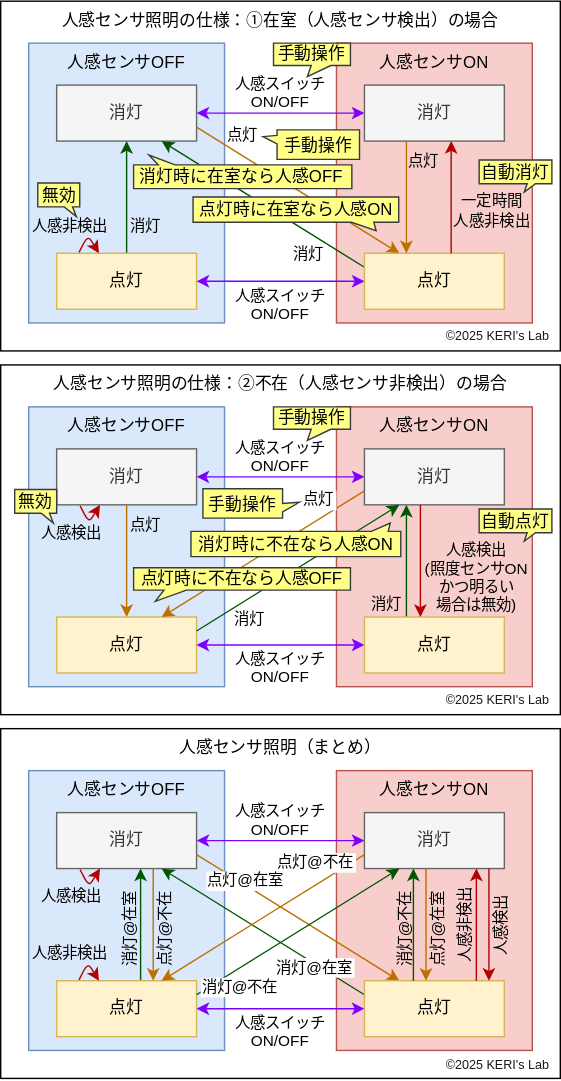
The draw.io diagram images/diagram.drawio.svg in kerikun11/esp32-matter-light, before a commit. Source tidied: cells renumbered, new cells last; positions are measured from the earlier drawing's top-left corner, leaving out a move shared by most shapes.
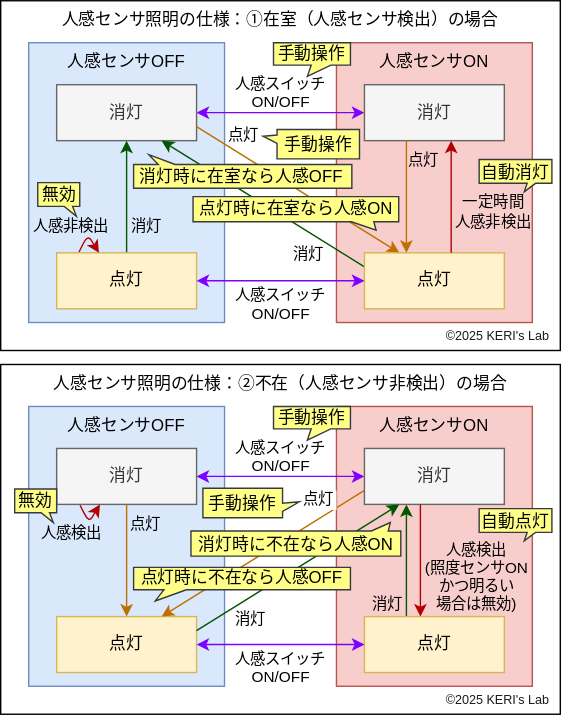
After the change.

Diff of the diagram source:
```diff
@@ -2,169 +2,6 @@
   <root>
     <mxCell id="0" />
     <mxCell id="1" parent="0" />
-    <mxCell id="2" value="人感センサ照明（まとめ）" style="rounded=0;whiteSpace=wrap;verticalAlign=top;" parent="1" vertex="1">
-      <mxGeometry y="520" width="400" height="250" as="geometry" />
-    </mxCell>
-    <mxCell id="3" value="人感センサOFF" style="rounded=0;whiteSpace=wrap;verticalAlign=top;fillColor=#dae8fc;strokeColor=#6c8ebf;spacing=2;" parent="1" vertex="1">
-      <mxGeometry x="20" y="550" width="140" height="200" as="geometry" />
-    </mxCell>
-    <mxCell id="4" value="人感センサON" style="rounded=0;whiteSpace=wrap;verticalAlign=top;fillColor=#f8cecc;strokeColor=#b85450;spacing=2;" parent="1" vertex="1">
-      <mxGeometry x="240" y="550" width="140" height="200" as="geometry" />
-    </mxCell>
-    <mxCell id="5" style="edgeStyle=none;exitX=1;exitY=0.5;exitDx=0;exitDy=0;entryX=0;entryY=0.5;entryDx=0;entryDy=0;fillColor=#0050ef;strokeColor=#7F00FF;startArrow=classic;startFill=1;" parent="1" edge="1" source="7" target="13">
-      <mxGeometry relative="1" as="geometry" />
-    </mxCell>
-    <mxCell id="6" value="人感スイッチ&#10;ON/OFF" style="edgeLabel;align=center;verticalAlign=middle;labelBackgroundColor=none;" parent="5" vertex="1">
-      <mxGeometry x="0.36" y="1" relative="1" as="geometry">
-        <mxPoint x="-22" y="-14" as="offset" />
-      </mxGeometry>
-    </mxCell>
-    <mxCell id="7" value="消灯" style="rounded=0;whiteSpace=wrap;fillColor=#f5f5f5;fontColor=#333333;strokeColor=#666666;" parent="1" vertex="1">
-      <mxGeometry x="40" y="580" width="100" height="40" as="geometry" />
-    </mxCell>
-    <mxCell id="8" style="edgeStyle=none;entryX=0.75;entryY=1;entryDx=0;entryDy=0;fillColor=#008a00;strokeColor=#005700;exitX=0.75;exitY=0;exitDx=0;exitDy=0;" parent="1" edge="1">
-      <mxGeometry relative="1" as="geometry">
-        <mxPoint x="100" y="700.2" as="sourcePoint" />
-        <mxPoint x="100" y="620" as="targetPoint" />
-      </mxGeometry>
-    </mxCell>
-    <mxCell id="9" value="消灯@在室" style="edgeLabel;align=right;verticalAlign=middle;horizontal=0;textShadow=0;labelBackgroundColor=none;fontColor=default;fontStyle=0;labelBorderColor=none;" parent="8" vertex="1">
-      <mxGeometry x="-0.04" y="-1" relative="1" as="geometry">
-        <mxPoint x="-9" y="-28" as="offset" />
-      </mxGeometry>
-    </mxCell>
-    <mxCell id="10" value="点灯" style="rounded=0;whiteSpace=wrap;fillColor=#fff2cc;strokeColor=#d6b656;" parent="1" vertex="1">
-      <mxGeometry x="40" y="700.2" width="100" height="40" as="geometry" />
-    </mxCell>
-    <mxCell id="11" style="edgeStyle=none;exitX=1;exitY=0.75;exitDx=0;exitDy=0;entryX=0.25;entryY=0;entryDx=0;entryDy=0;fillColor=#f0a30a;strokeColor=#BD7000;" parent="1" edge="1" source="7" target="16">
-      <mxGeometry relative="1" as="geometry" />
-    </mxCell>
-    <mxCell id="12" value="点灯@在室" style="edgeLabel;align=center;verticalAlign=middle;labelBackgroundColor=default;" parent="11" vertex="1">
-      <mxGeometry x="-0.12" y="-5" relative="1" as="geometry">
-        <mxPoint x="-26" y="-26" as="offset" />
-      </mxGeometry>
-    </mxCell>
-    <mxCell id="13" value="消灯" style="rounded=0;whiteSpace=wrap;fillColor=#f5f5f5;fontColor=#333333;strokeColor=#666666;" parent="1" vertex="1">
-      <mxGeometry x="260" y="580" width="100" height="40" as="geometry" />
-    </mxCell>
-    <mxCell id="14" style="edgeStyle=none;entryX=0.75;entryY=1;entryDx=0;entryDy=0;exitX=0;exitY=0.25;exitDx=0;exitDy=0;fillColor=#008a00;strokeColor=#005700;" parent="1" edge="1" source="16" target="7">
-      <mxGeometry relative="1" as="geometry" />
-    </mxCell>
-    <mxCell id="15" value="消灯@在室" style="edgeLabel;align=center;verticalAlign=middle;horizontal=1;textShadow=0;labelBackgroundColor=default;" parent="14" vertex="1">
-      <mxGeometry x="-0.04" y="-1" relative="1" as="geometry">
-        <mxPoint x="33" y="24" as="offset" />
-      </mxGeometry>
-    </mxCell>
-    <mxCell id="16" value="点灯" style="rounded=0;whiteSpace=wrap;fillColor=#fff2cc;strokeColor=#d6b656;" parent="1" vertex="1">
-      <mxGeometry x="260" y="700.2" width="100" height="40" as="geometry" />
-    </mxCell>
-    <mxCell id="17" style="edgeStyle=none;exitX=0.5;exitY=1;exitDx=0;exitDy=0;fillColor=#e51400;strokeColor=#B20000;entryX=0.5;entryY=0;entryDx=0;entryDy=0;" parent="1" edge="1">
-      <mxGeometry relative="1" as="geometry">
-        <mxPoint x="349" y="620" as="sourcePoint" />
-        <mxPoint x="349" y="700.2" as="targetPoint" />
-      </mxGeometry>
-    </mxCell>
-    <mxCell id="18" value="人感検出" style="edgeLabel;align=center;verticalAlign=middle;labelBackgroundColor=none;horizontal=0;fontColor=default;fontStyle=0;labelBorderColor=none;" parent="17" vertex="1">
-      <mxGeometry x="-0.12" y="-5" relative="1" as="geometry">
-        <mxPoint x="13" y="5" as="offset" />
-      </mxGeometry>
-    </mxCell>
-    <mxCell id="19" style="edgeStyle=none;entryX=0.75;entryY=1;entryDx=0;entryDy=0;exitX=0.75;exitY=0;exitDx=0;exitDy=0;fillColor=#e51400;strokeColor=#B20000;" parent="1" edge="1">
-      <mxGeometry relative="1" as="geometry">
-        <mxPoint x="340" y="700.2" as="sourcePoint" />
-        <mxPoint x="340" y="620" as="targetPoint" />
-      </mxGeometry>
-    </mxCell>
-    <mxCell id="20" value="人感非検出" style="edgeLabel;align=center;verticalAlign=middle;horizontal=0;textShadow=0;labelBackgroundColor=none;fontColor=default;fontStyle=0;labelBorderColor=none;" parent="19" vertex="1">
-      <mxGeometry x="-0.04" y="-1" relative="1" as="geometry">
-        <mxPoint x="-10" y="-2" as="offset" />
-      </mxGeometry>
-    </mxCell>
-    <mxCell id="21" style="edgeStyle=none;entryX=0.25;entryY=1;entryDx=0;entryDy=0;exitX=0.072;exitY=1.016;exitDx=0;exitDy=0;exitPerimeter=0;fillColor=#e51400;strokeColor=#B20000;" parent="1" edge="1">
-      <mxGeometry relative="1" as="geometry">
-        <mxPoint x="56.8" y="620.6" as="sourcePoint" />
-        <mxPoint x="71" y="620" as="targetPoint" />
-        <Array as="points">
-          <mxPoint x="63" y="633" />
-        </Array>
-      </mxGeometry>
-    </mxCell>
-    <mxCell id="22" value="人感検出" style="edgeLabel;align=center;verticalAlign=middle;labelBackgroundColor=none;fontColor=#000000;" parent="21" vertex="1">
-      <mxGeometry x="-0.44" y="-1" relative="1" as="geometry">
-        <mxPoint x="-9" y="11" as="offset" />
-      </mxGeometry>
-    </mxCell>
-    <mxCell id="23" style="edgeStyle=none;entryX=0.25;entryY=1;entryDx=0;entryDy=0;exitX=0.072;exitY=1.016;exitDx=0;exitDy=0;exitPerimeter=0;fillColor=#e51400;strokeColor=#B20000;" parent="1" edge="1">
-      <mxGeometry relative="1" as="geometry">
-        <mxPoint x="56" y="699.5" as="sourcePoint" />
-        <mxPoint x="70.2" y="700.2" as="targetPoint" />
-        <Array as="points">
-          <mxPoint x="62.2" y="687.2" />
-        </Array>
-      </mxGeometry>
-    </mxCell>
-    <mxCell id="24" value="人感非検出" style="edgeLabel;align=center;verticalAlign=middle;labelBackgroundColor=none;" parent="23" vertex="1">
-      <mxGeometry x="0.38" y="-1" relative="1" as="geometry">
-        <mxPoint x="-15" y="-13" as="offset" />
-      </mxGeometry>
-    </mxCell>
-    <mxCell id="25" style="edgeStyle=none;exitX=1;exitY=0.5;exitDx=0;exitDy=0;entryX=0;entryY=0.5;entryDx=0;entryDy=0;fillColor=#0050ef;strokeColor=#7F00FF;startArrow=classic;startFill=1;" parent="1" edge="1" source="10" target="16">
-      <mxGeometry relative="1" as="geometry" />
-    </mxCell>
-    <mxCell id="26" value="人感スイッチ&#10;ON/OFF" style="edgeLabel;align=center;verticalAlign=middle;labelBackgroundColor=none;fontColor=default;fontStyle=0;labelBorderColor=none;" parent="25" vertex="1">
-      <mxGeometry x="0.36" y="1" relative="1" as="geometry">
-        <mxPoint x="-22" y="17" as="offset" />
-      </mxGeometry>
-    </mxCell>
-    <mxCell id="27" style="edgeStyle=none;exitX=0.75;exitY=1;exitDx=0;exitDy=0;entryX=0.75;entryY=0;entryDx=0;entryDy=0;fillColor=#f0a30a;strokeColor=#BD7000;align=left;" parent="1" edge="1">
-      <mxGeometry relative="1" as="geometry">
-        <mxPoint x="109" y="620" as="sourcePoint" />
-        <mxPoint x="109" y="700.2" as="targetPoint" />
-      </mxGeometry>
-    </mxCell>
-    <mxCell id="28" value="点灯@不在" style="edgeLabel;align=left;verticalAlign=middle;labelBackgroundColor=none;horizontal=0;fontColor=default;fontStyle=0;labelBorderColor=none;" parent="27" vertex="1">
-      <mxGeometry x="-0.12" y="-5" relative="1" as="geometry">
-        <mxPoint x="13" y="36" as="offset" />
-      </mxGeometry>
-    </mxCell>
-    <mxCell id="29" style="edgeStyle=none;exitX=0;exitY=0.75;exitDx=0;exitDy=0;entryX=0.75;entryY=0;entryDx=0;entryDy=0;fillColor=#f0a30a;strokeColor=#BD7000;" parent="1" edge="1" source="13" target="10">
-      <mxGeometry relative="1" as="geometry" />
-    </mxCell>
-    <mxCell id="30" value="点灯@不在" style="edgeLabel;align=center;verticalAlign=middle;labelBackgroundColor=default;" parent="29" vertex="1">
-      <mxGeometry x="-0.12" y="-5" relative="1" as="geometry">
-        <mxPoint x="31" y="-31" as="offset" />
-      </mxGeometry>
-    </mxCell>
-    <mxCell id="31" style="edgeStyle=none;entryX=0.25;entryY=1;entryDx=0;entryDy=0;exitX=1;exitY=0.25;exitDx=0;exitDy=0;fillColor=#008a00;strokeColor=#005700;" parent="1" edge="1" source="10" target="13">
-      <mxGeometry relative="1" as="geometry" />
-    </mxCell>
-    <mxCell id="32" value="消灯@不在" style="edgeLabel;align=center;verticalAlign=middle;horizontal=1;textShadow=0;labelBackgroundColor=default;" parent="31" vertex="1">
-      <mxGeometry x="-0.04" y="-1" relative="1" as="geometry">
-        <mxPoint x="-39" y="36" as="offset" />
-      </mxGeometry>
-    </mxCell>
-    <mxCell id="33" style="edgeStyle=none;entryX=0.75;entryY=1;entryDx=0;entryDy=0;fillColor=#008a00;strokeColor=#005700;exitX=0.75;exitY=0;exitDx=0;exitDy=0;" parent="1" edge="1">
-      <mxGeometry relative="1" as="geometry">
-        <mxPoint x="295" y="700.2" as="sourcePoint" />
-        <mxPoint x="295" y="620" as="targetPoint" />
-      </mxGeometry>
-    </mxCell>
-    <mxCell id="34" value="消灯@不在" style="edgeLabel;align=right;verticalAlign=middle;horizontal=0;textShadow=0;labelBackgroundColor=none;fontColor=default;fontStyle=0;labelBorderColor=none;" parent="33" vertex="1">
-      <mxGeometry x="-0.04" y="-1" relative="1" as="geometry">
-        <mxPoint x="-8" y="-28" as="offset" />
-      </mxGeometry>
-    </mxCell>
-    <mxCell id="35" style="edgeStyle=none;exitX=0.75;exitY=1;exitDx=0;exitDy=0;entryX=0.75;entryY=0;entryDx=0;entryDy=0;fillColor=#f0a30a;strokeColor=#BD7000;align=left;" parent="1" edge="1">
-      <mxGeometry relative="1" as="geometry">
-        <mxPoint x="304" y="620" as="sourcePoint" />
-        <mxPoint x="304" y="700.2" as="targetPoint" />
-      </mxGeometry>
-    </mxCell>
-    <mxCell id="36" value="点灯@在室" style="edgeLabel;align=left;verticalAlign=middle;labelBackgroundColor=none;horizontal=0;fontColor=default;fontStyle=0;labelBorderColor=none;" parent="35" vertex="1">
-      <mxGeometry x="-0.12" y="-5" relative="1" as="geometry">
-        <mxPoint x="13" y="36" as="offset" />
-      </mxGeometry>
-    </mxCell>
     <mxCell id="37" value="人感センサ照明の仕様：①在室（人感センサ検出）の場合" style="rounded=0;whiteSpace=wrap;verticalAlign=top;" parent="1" vertex="1">
       <mxGeometry width="400" height="250" as="geometry" />
     </mxCell>
@@ -410,9 +247,6 @@
     <mxCell id="97" value="手動操作" style="text;align=center;verticalAlign=middle;strokeColor=none;fillColor=none;" parent="1" vertex="1">
       <mxGeometry x="138" y="344" width="70" height="30" as="geometry" />
     </mxCell>
-    <mxCell id="98" value="©2025 KERI's Lab" style="text;html=1;align=center;verticalAlign=middle;strokeColor=none;fillColor=none;spacing=-2;fontSize=9;fontColor=#1A1A1A;fontStyle=0;" parent="1" vertex="1">
-      <mxGeometry x="310" y="751" width="90" height="20" as="geometry" />
-    </mxCell>
     <mxCell id="99" value="©2025 KERI's Lab" style="text;html=1;align=center;verticalAlign=middle;strokeColor=none;fillColor=none;spacing=-2;fontSize=9;fontColor=#1A1A1A;fontStyle=0;" parent="1" vertex="1">
       <mxGeometry x="310" y="230" width="90" height="20" as="geometry" />
     </mxCell>
```
